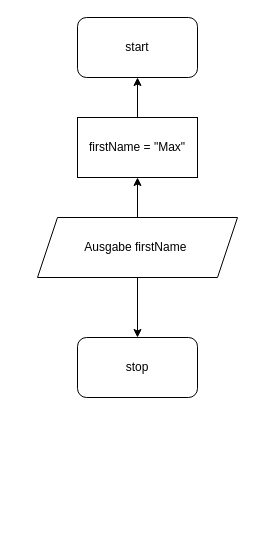
Hindax/01_Variablen keeps this draw.io diagram as pap.drawio. Above is the earlier version. Source tidied: cells renumbered, new cells numbered last; positions are measured from the earlier drawing's top-left corner, leaving out a move shared by most shapes. Both pictures are drawn from the tidied source at 100%, with x=0, y=0 at pixel (37, 17).
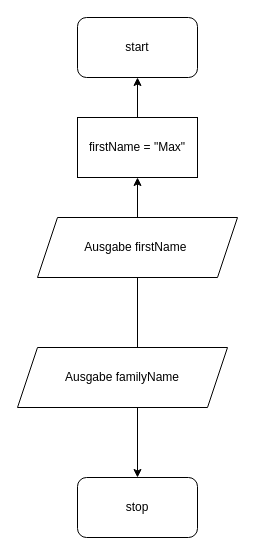
The same diagram, later.

Commit message:
demo 1. Variable

What changed in the source:
```diff
@@
 <mxGraphModel>
   <root>
     <mxCell id="0" />
     <mxCell id="1" parent="0" />
     <mxCell id="2" value="start" style="rounded=1;whiteSpace=wrap;html=1;" parent="1" vertex="1">
       <mxGeometry x="40" width="120" height="60" as="geometry" />
     </mxCell>
     <mxCell id="3" value="stop" style="rounded=1;whiteSpace=wrap;html=1;" parent="1" vertex="1">
-      <mxGeometry x="40" y="320" width="120" height="60" as="geometry" />
+      <mxGeometry x="40" y="460" width="120" height="60" as="geometry" />
     </mxCell>
     <mxCell id="4" style="edgeStyle=none;html=1;" parent="1" edge="1" source="5" target="2">
       <mxGeometry relative="1" as="geometry" />
     </mxCell>
     <mxCell id="5" value="firstName = &quot;Max&quot;" style="rounded=0;whiteSpace=wrap;html=1;" parent="1" vertex="1">
       <mxGeometry x="40" y="100" width="120" height="60" as="geometry" />
     </mxCell>
     <mxCell id="6" style="edgeStyle=none;html=1;" parent="1" edge="1" source="8" target="5">
       <mxGeometry relative="1" as="geometry" />
     </mxCell>
     <mxCell id="7" style="edgeStyle=none;html=1;" parent="1" edge="1" source="8" target="3">
       <mxGeometry relative="1" as="geometry" />
     </mxCell>
     <mxCell id="8" value="Ausgabe firstName&amp;nbsp;" style="shape=parallelogram;perimeter=parallelogramPerimeter;whiteSpace=wrap;html=1;fixedSize=1;" parent="1" vertex="1">
       <mxGeometry y="200" width="200" height="60" as="geometry" />
     </mxCell>
+    <mxCell id="9" value="Ausgabe familyName" style="shape=parallelogram;perimeter=parallelogramPerimeter;whiteSpace=wrap;html=1;fixedSize=1;" parent="1" vertex="1">
+      <mxGeometry x="-20" y="330" width="210" height="60" as="geometry" />
+    </mxCell>
   </root>
 </mxGraphModel>
```
